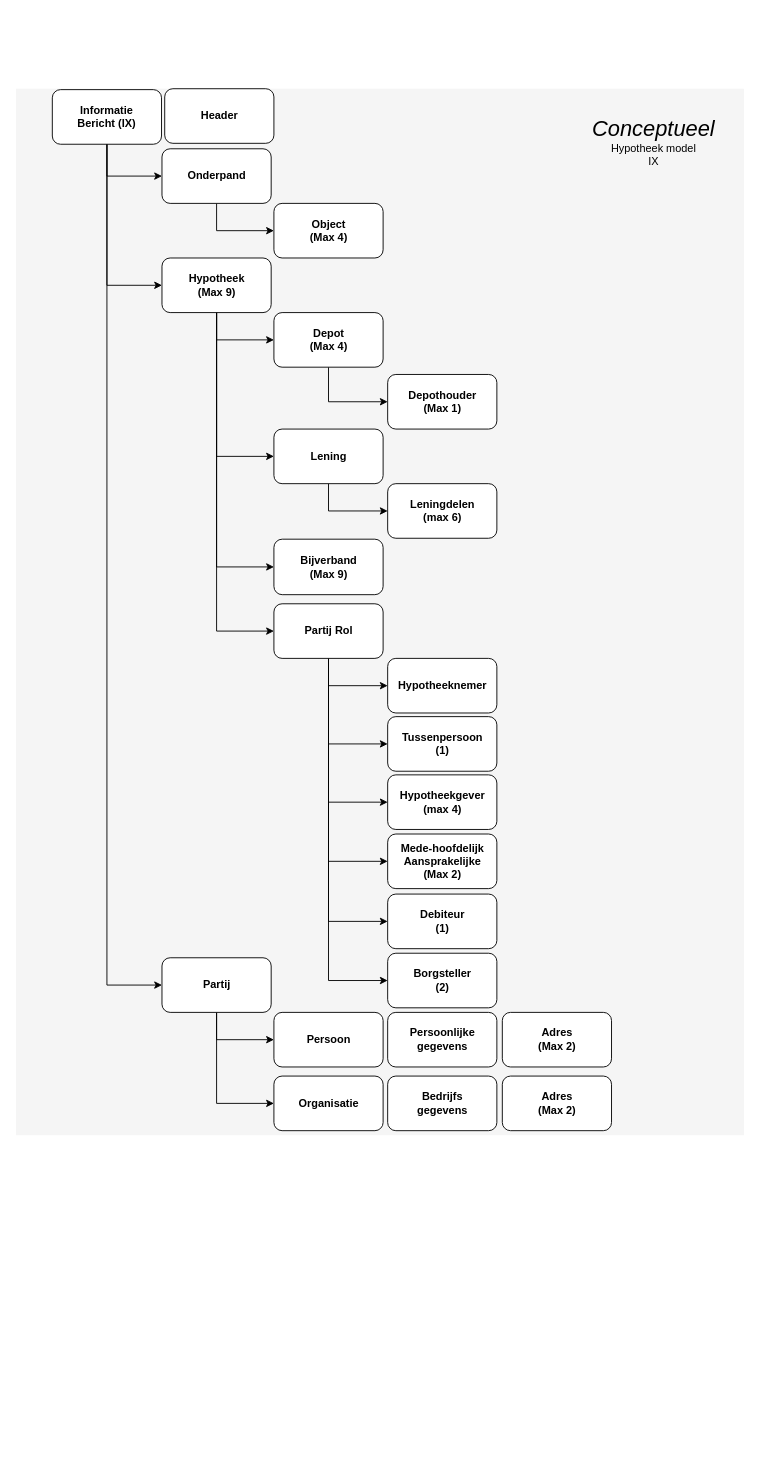
luchthandel/diagrams keeps this draw.io diagram as page "IX Model" (3 of 17) of 3rdPartyDatasharing-HDN-IA-IX.drawio. Above is the earlier version. Source tidied: cells renumbered, new cells numbered last; positions are measured from the earlier drawing's top-left corner, leaving out a move shared by most shapes. Both pictures are drawn from the tidied source at 91%, with x=0, y=0 at pixel (15, 88).
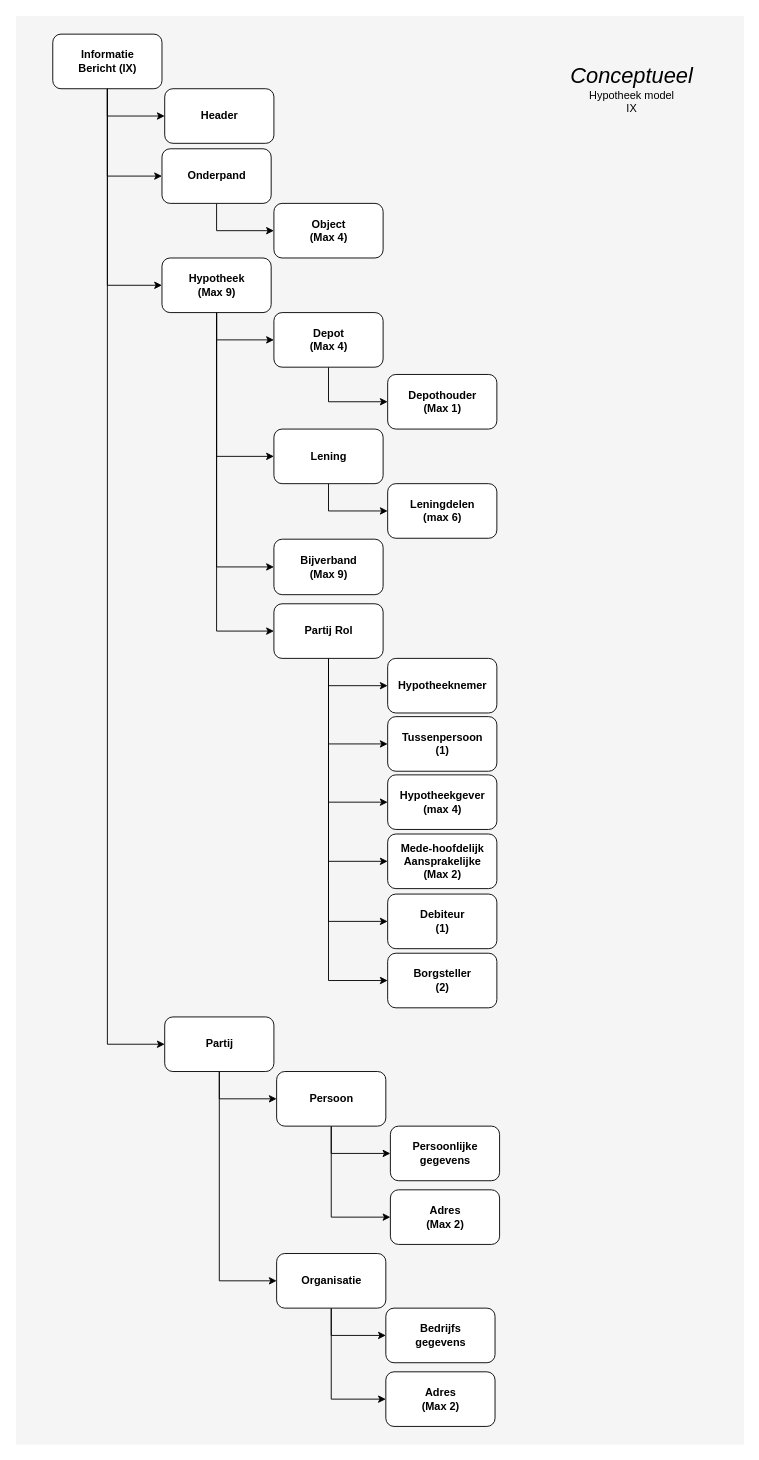
After the change.

Unchanged cells that the change refers to:
```xml
<mxCell id="45" value="Header" style="rounded=1;whiteSpace=wrap;html=1;fontStyle=1;" parent="1" vertex="1">
  <mxGeometry x="163.5" width="120" height="60" as="geometry" />
</mxCell>
```

Diff of the diagram source:
```diff
@@
     <mxCell id="2" style="rounded=0;whiteSpace=wrap;html=1;fontSize=30;align=right;fillColor=#f5f5f5;strokeColor=none;fontColor=#333333;" parent="1" vertex="1">
-      <mxGeometry width="800" height="1150" as="geometry" />
+      <mxGeometry y="-80" width="800" height="1570" as="geometry" />
     </mxCell>
@@
+    <mxCell id="46" style="edgeStyle=orthogonalEdgeStyle;rounded=0;jettySize=auto;html=1;exitX=0.5;exitY=1;exitDx=0;exitDy=0;entryX=0;entryY=0.5;entryDx=0;entryDy=0;" parent="1" edge="1" source="10" target="45">
+      <mxGeometry relative="1" as="geometry" />
+    </mxCell>
     <mxCell id="10" value="Informatie&lt;br&gt;Bericht (IX)" style="rounded=1;whiteSpace=wrap;html=1;fontStyle=1;" parent="1" vertex="1">
-      <mxGeometry x="40" y="1" width="120" height="60" as="geometry" />
+      <mxGeometry x="40.5" y="-60" width="120" height="60" as="geometry" />
     </mxCell>
@@
     <mxCell id="13" value="&lt;b&gt;Partij&lt;br&gt;&lt;/b&gt;" style="rounded=1;whiteSpace=wrap;html=1;" parent="1" vertex="1">
-      <mxGeometry x="160.5" y="955" width="120" height="60" as="geometry" />
+      <mxGeometry x="163.5" y="1020" width="120" height="60" as="geometry" />
     </mxCell>
@@
     <mxCell id="15" value="&lt;font&gt;&lt;span style=&quot;font-size: 24px&quot;&gt;&lt;i&gt;Conceptueel&lt;br&gt;&lt;/i&gt;&lt;/span&gt;Hypotheek model&lt;br&gt;IX&lt;br&gt;&lt;/font&gt;" style="text;html=1;strokeColor=none;fillColor=none;align=center;verticalAlign=middle;whiteSpace=wrap;rounded=0;" parent="1" vertex="1">
-      <mxGeometry x="624" y="20" width="154" height="76" as="geometry" />
+      <mxGeometry x="600" y="-38" width="154" height="76" as="geometry" />
     </mxCell>
@@
+    <mxCell id="47" style="edgeStyle=orthogonalEdgeStyle;rounded=0;jettySize=auto;html=1;exitX=0.5;exitY=1;exitDx=0;exitDy=0;entryX=0;entryY=0.5;entryDx=0;entryDy=0;" parent="1" edge="1" source="20" target="22">
+      <mxGeometry relative="1" as="geometry" />
+    </mxCell>
+    <mxCell id="48" style="edgeStyle=orthogonalEdgeStyle;rounded=0;jettySize=auto;html=1;exitX=0.5;exitY=1;exitDx=0;exitDy=0;entryX=0;entryY=0.5;entryDx=0;entryDy=0;" parent="1" edge="1" source="20" target="23">
+      <mxGeometry relative="1" as="geometry" />
+    </mxCell>
     <mxCell id="20" value="&lt;b&gt;Persoon&lt;/b&gt;" style="rounded=1;whiteSpace=wrap;html=1;" parent="1" vertex="1">
-      <mxGeometry x="283.5" y="1015" width="120" height="60" as="geometry" />
+      <mxGeometry x="286.5" y="1080" width="120" height="60" as="geometry" />
     </mxCell>
+    <mxCell id="49" style="edgeStyle=orthogonalEdgeStyle;rounded=0;jettySize=auto;html=1;exitX=0.5;exitY=1;exitDx=0;exitDy=0;entryX=0;entryY=0.5;entryDx=0;entryDy=0;" parent="1" edge="1" source="21" target="24">
+      <mxGeometry relative="1" as="geometry" />
+    </mxCell>
+    <mxCell id="50" style="edgeStyle=orthogonalEdgeStyle;rounded=0;jettySize=auto;html=1;exitX=0.5;exitY=1;exitDx=0;exitDy=0;entryX=0;entryY=0.5;entryDx=0;entryDy=0;" parent="1" edge="1" source="21" target="25">
+      <mxGeometry relative="1" as="geometry" />
+    </mxCell>
     <mxCell id="21" value="&lt;b&gt;Organisatie&lt;/b&gt;" style="rounded=1;whiteSpace=wrap;html=1;" parent="1" vertex="1">
-      <mxGeometry x="283.5" y="1085" width="120" height="60" as="geometry" />
+      <mxGeometry x="286.5" y="1280" width="120" height="60" as="geometry" />
     </mxCell>
     <mxCell id="22" value="&lt;b&gt;Persoonlijke gegevens&lt;/b&gt;" style="rounded=1;whiteSpace=wrap;html=1;" parent="1" vertex="1">
-      <mxGeometry x="408.5" y="1015" width="120" height="60" as="geometry" />
+      <mxGeometry x="411.5" y="1140" width="120" height="60" as="geometry" />
     </mxCell>
     <mxCell id="23" value="&lt;b&gt;Adres&lt;br&gt;(Max 2)&lt;br&gt;&lt;/b&gt;" style="rounded=1;whiteSpace=wrap;html=1;" parent="1" vertex="1">
-      <mxGeometry x="534.5" y="1015" width="120" height="60" as="geometry" />
+      <mxGeometry x="411.5" y="1210" width="120" height="60" as="geometry" />
     </mxCell>
     <mxCell id="24" value="&lt;b&gt;Bedrijfs&lt;br&gt;gegevens&lt;br&gt;&lt;/b&gt;" style="rounded=1;whiteSpace=wrap;html=1;" parent="1" vertex="1">
-      <mxGeometry x="408.5" y="1085" width="120" height="60" as="geometry" />
+      <mxGeometry x="406.5" y="1340" width="120" height="60" as="geometry" />
     </mxCell>
     <mxCell id="25" value="&lt;b&gt;Adres&lt;br&gt;(Max 2)&lt;/b&gt;" style="rounded=1;whiteSpace=wrap;html=1;" parent="1" vertex="1">
-      <mxGeometry x="534.5" y="1085" width="120" height="60" as="geometry" />
+      <mxGeometry x="406.5" y="1410" width="120" height="60" as="geometry" />
     </mxCell>
```
